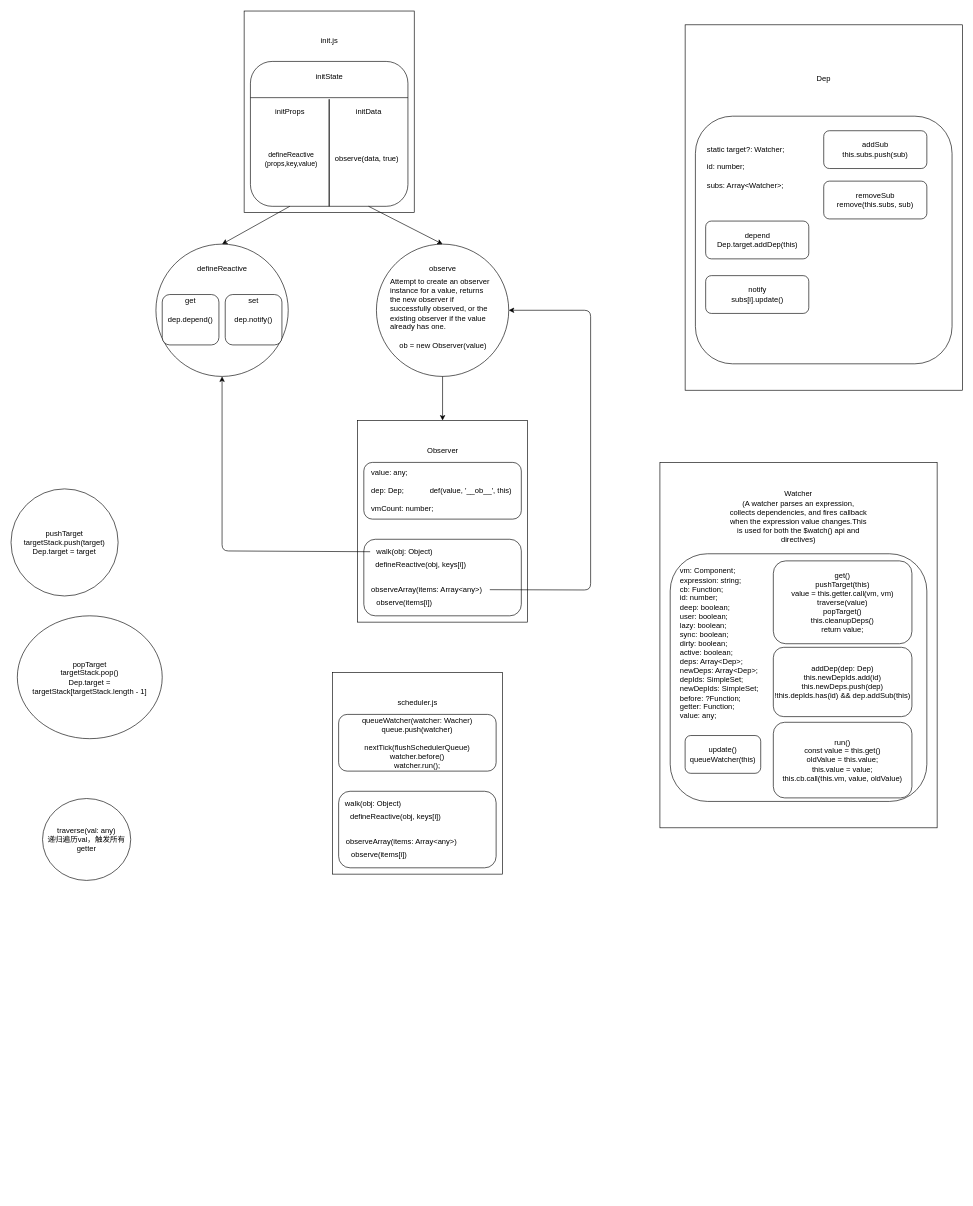
Earlier version of the draw.io diagram Untitled Diagram.drawio (asemono/noteBook). Source tidied: cells renumbered, new cells numbered last; positions are measured from the earlier drawing's top-left corner, leaving out a move shared by most shapes. Both pictures are drawn from the tidied source at 63%, with x=0, y=0 at pixel (11, 11).
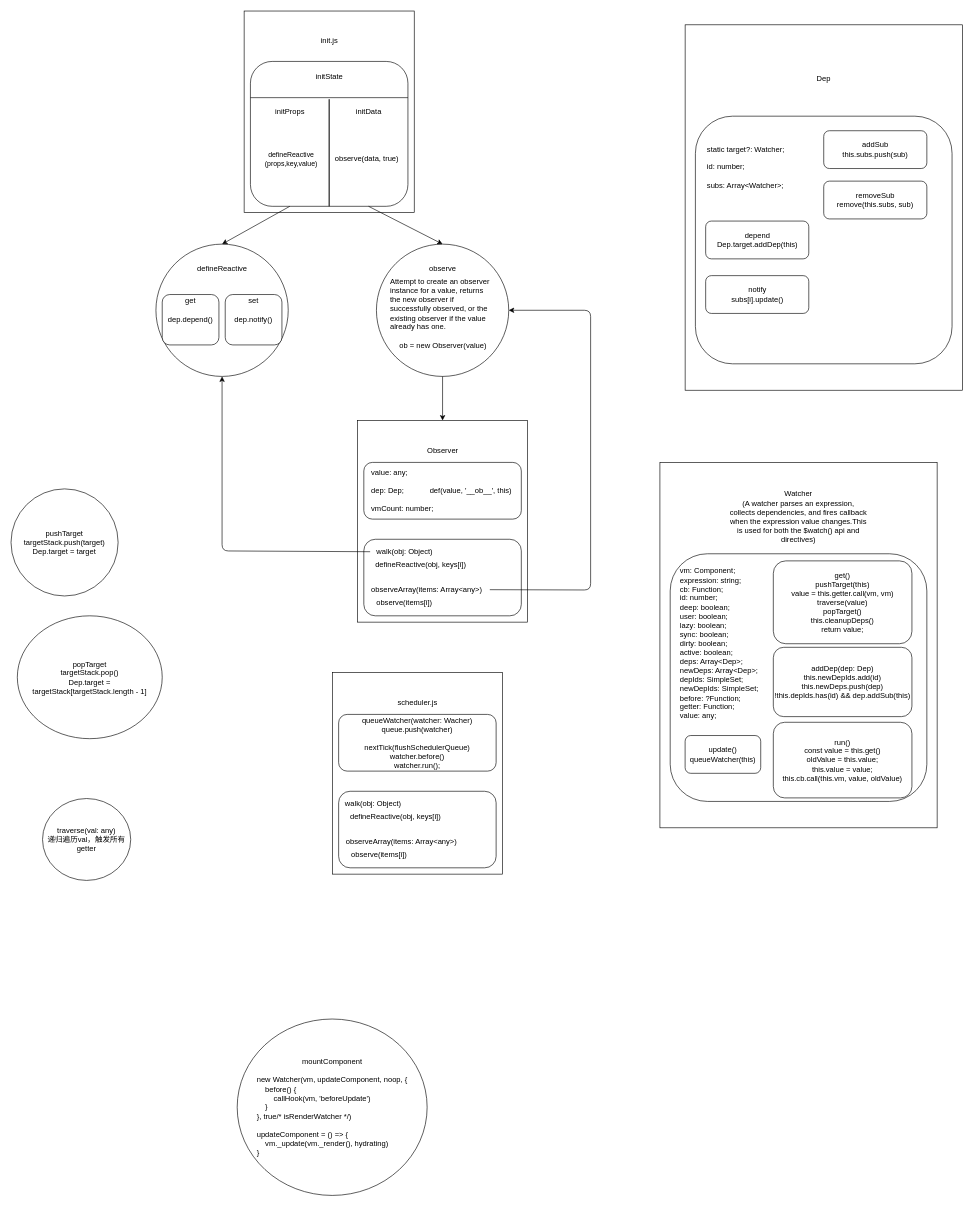
The same diagram, later.

Change to the diagram source:
```diff
@@
+    <mxCell id="73" value="mountComponent&lt;br&gt;&lt;br&gt;new Watcher(vm, updateComponent, noop, {&lt;br&gt;&lt;div&gt;&lt;div style=&quot;text-align: left&quot;&gt;&lt;span&gt;&amp;nbsp; &amp;nbsp; before() {&lt;/span&gt;&lt;/div&gt;&lt;div style=&quot;text-align: left&quot;&gt;&lt;span&gt;&amp;nbsp; &amp;nbsp; &amp;nbsp; &amp;nbsp; callHook(vm, 'beforeUpdate')&lt;/span&gt;&lt;/div&gt;&lt;div style=&quot;text-align: left&quot;&gt;&lt;span&gt;&amp;nbsp; &amp;nbsp; }&lt;/span&gt;&lt;/div&gt;&lt;/div&gt;&lt;div style=&quot;text-align: left&quot;&gt;&lt;span&gt;}, true/* isRenderWatcher */)&lt;/span&gt;&lt;br&gt;&lt;/div&gt;&lt;div style=&quot;text-align: left&quot;&gt;&lt;span&gt;&lt;br&gt;&lt;/span&gt;&lt;/div&gt;&lt;div style=&quot;text-align: left&quot;&gt;&lt;span&gt;updateComponent = () =&amp;gt; {&lt;/span&gt;&lt;/div&gt;&lt;div style=&quot;text-align: left&quot;&gt;&lt;span&gt;&amp;nbsp; &amp;nbsp; vm._update(vm._render(), hydrating)&lt;/span&gt;&lt;/div&gt;&lt;div style=&quot;text-align: left&quot;&gt;&lt;span&gt;}&lt;/span&gt;&lt;/div&gt;" style="ellipse;whiteSpace=wrap;html=1;" parent="1" vertex="1">
+      <mxGeometry x="359" y="1600" width="301.5" height="280" as="geometry" />
+    </mxCell>
```
